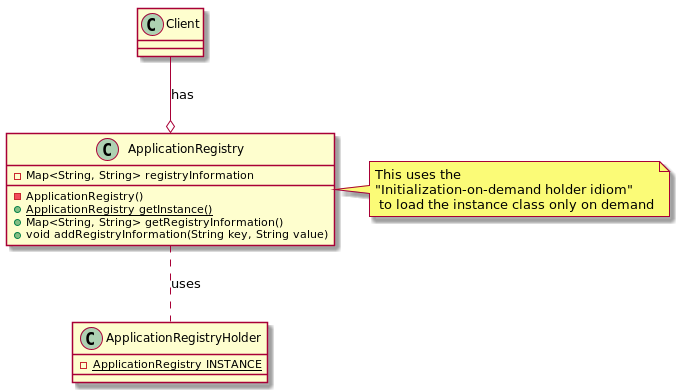
Earlier version of the PlantUML export DesignPatternsElementsOfReusableObjectOrientesSoftware/Chapter03/Singleton/image/code_class_design.png (lealceldeiro/gems).
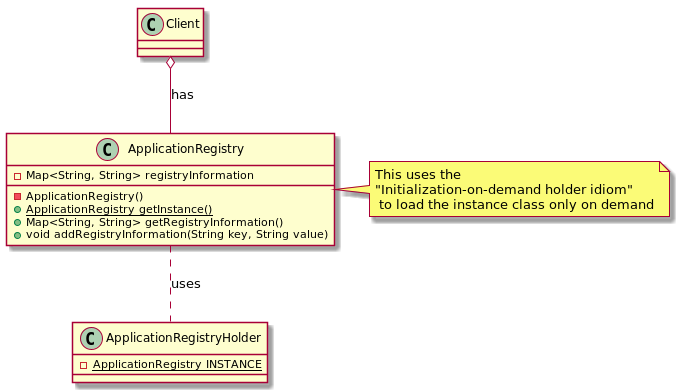
After the commit.

Commit message:
Update class design images

The edit, as a diff of the source:
```diff
@@ -19,6 +19,6 @@
 
 class Client
 
-Client --o ApplicationRegistry : has
+Client o-- ApplicationRegistry : has
 
 @enduml
```
